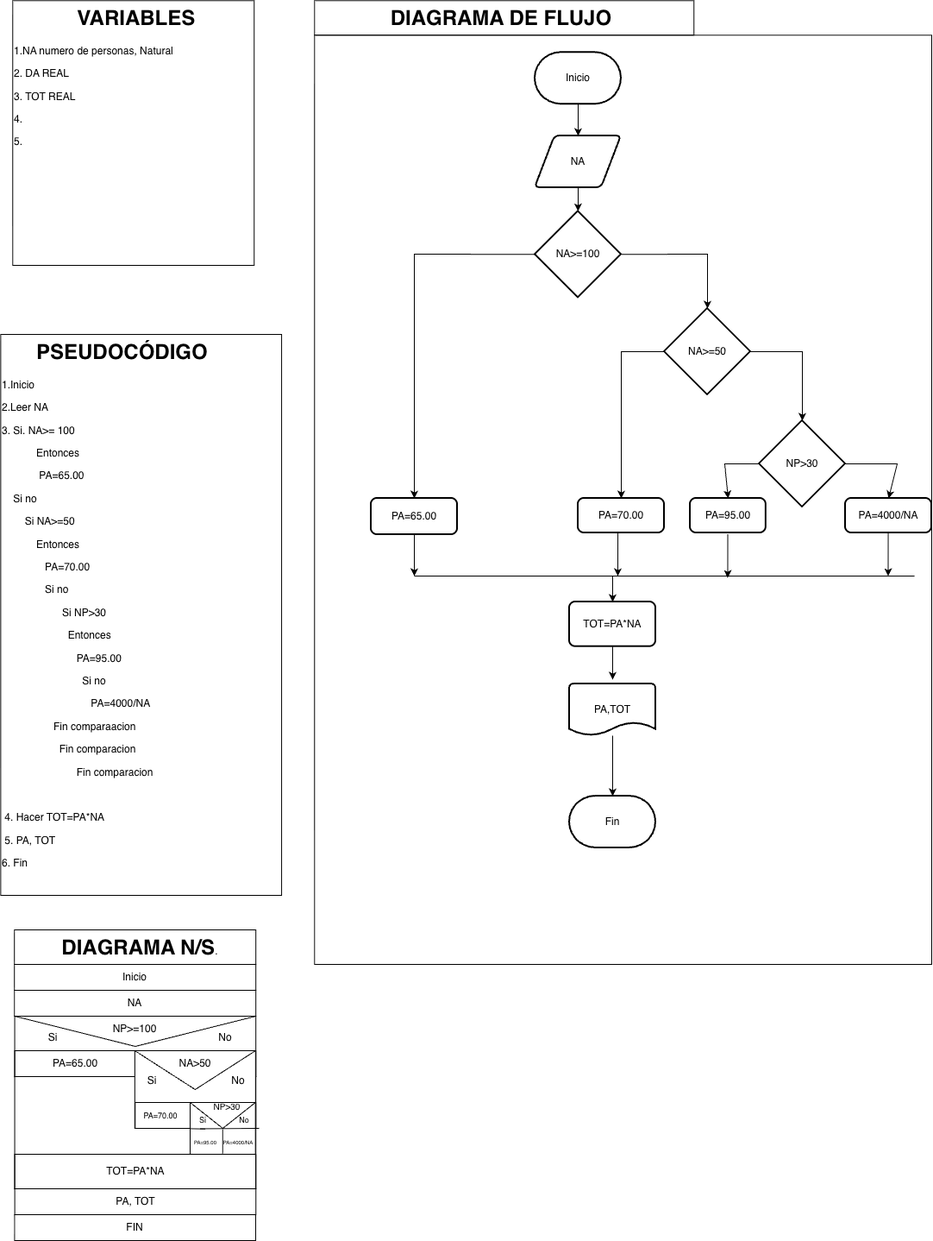
Above: Estructuras Selectivas/ejercicio_09_JoseIgnaciodrawio.png in josecontrerasu-bit/jicu (draw.io), before the change. Source tidied: cells renumbered, new cells last; positions are measured from the earlier drawing's top-left corner, leaving out a move shared by most shapes.
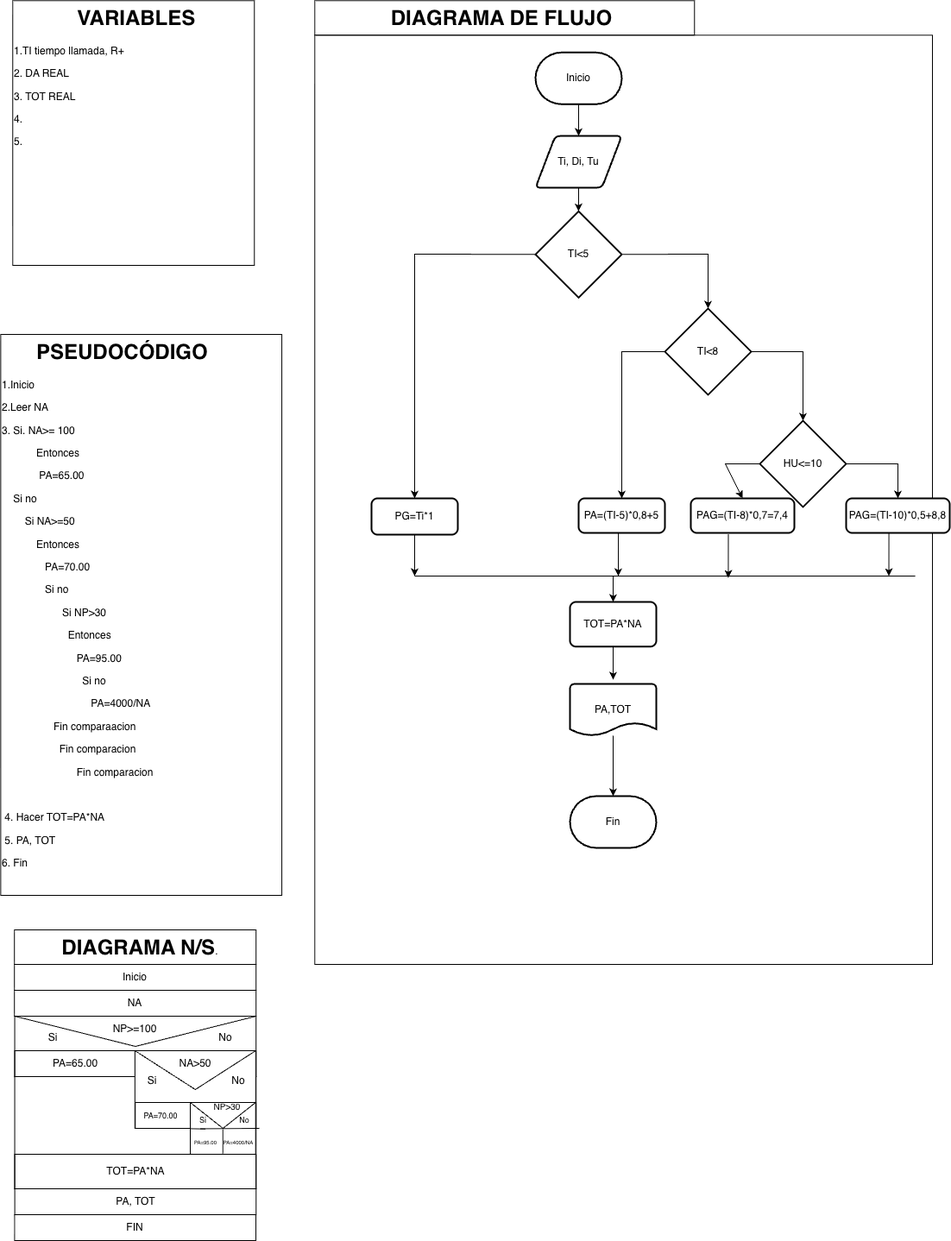
Above is the later version.

The edit, as a diff of the source:
```diff
@@ -8,7 +8,7 @@
     <mxCell id="3" value="&lt;h1 style=&quot;text-align: center; margin-top: 0px;&quot;&gt;&amp;nbsp; &amp;nbsp; &amp;nbsp; PSEUDOCÓDIGO&lt;/h1&gt;&lt;p&gt;1.Inicio&lt;/p&gt;&lt;p&gt;&lt;span style=&quot;background-color: transparent; color: light-dark(rgb(0, 0, 0), rgb(255, 255, 255));&quot;&gt;2.Leer NA&lt;/span&gt;&lt;/p&gt;&lt;p&gt;3. Si. NA&amp;gt;= 100&amp;nbsp;&lt;/p&gt;&lt;p&gt;&amp;nbsp; &amp;nbsp; &amp;nbsp; &amp;nbsp; &amp;nbsp; &amp;nbsp; E&lt;span style=&quot;background-color: transparent; color: light-dark(rgb(0, 0, 0), rgb(255, 255, 255));&quot;&gt;ntonces&lt;/span&gt;&lt;/p&gt;&lt;p&gt;&amp;nbsp; &amp;nbsp; &amp;nbsp; &amp;nbsp; &amp;nbsp; &amp;nbsp; &amp;nbsp;PA=65.00&lt;/p&gt;&lt;p&gt;&amp;nbsp; &amp;nbsp; Si no&lt;/p&gt;&lt;p&gt;&amp;nbsp; &amp;nbsp; &amp;nbsp; &amp;nbsp; Si NA&amp;gt;=50&lt;/p&gt;&lt;p&gt;&lt;span style=&quot;background-color: transparent; color: light-dark(rgb(0, 0, 0), rgb(255, 255, 255));&quot;&gt;&amp;nbsp; &amp;nbsp; &amp;nbsp; &amp;nbsp; &amp;nbsp; &amp;nbsp; Entonces&lt;/span&gt;&lt;/p&gt;&lt;p&gt;&lt;span style=&quot;background-color: transparent; color: light-dark(rgb(0, 0, 0), rgb(255, 255, 255));&quot;&gt;&amp;nbsp; &amp;nbsp; &amp;nbsp; &amp;nbsp; &amp;nbsp; &amp;nbsp; &amp;nbsp; &amp;nbsp;PA=70.00&lt;/span&gt;&lt;/p&gt;&lt;p&gt;&amp;nbsp; &amp;nbsp; &amp;nbsp; &amp;nbsp; &amp;nbsp; &amp;nbsp; &amp;nbsp; &amp;nbsp;Si no&lt;/p&gt;&lt;p&gt;&amp;nbsp; &amp;nbsp; &amp;nbsp; &amp;nbsp; &amp;nbsp; &amp;nbsp; &amp;nbsp; &amp;nbsp; &amp;nbsp; &amp;nbsp; &amp;nbsp;Si NP&amp;gt;30&lt;/p&gt;&lt;p&gt;&amp;nbsp; &amp;nbsp; &amp;nbsp; &amp;nbsp; &amp;nbsp; &amp;nbsp; &amp;nbsp; &amp;nbsp; &amp;nbsp; &amp;nbsp; &amp;nbsp; &amp;nbsp;Entonces&lt;/p&gt;&lt;p&gt;&lt;span style=&quot;background-color: transparent; color: light-dark(rgb(0, 0, 0), rgb(255, 255, 255));&quot;&gt;&amp;nbsp; &amp;nbsp; &amp;nbsp; &amp;nbsp; &amp;nbsp; &amp;nbsp; &amp;nbsp; &amp;nbsp; &amp;nbsp; &amp;nbsp; &amp;nbsp; &amp;nbsp; &amp;nbsp; PA=95.00&lt;/span&gt;&lt;/p&gt;&lt;p&gt;&lt;span style=&quot;background-color: transparent; color: light-dark(rgb(0, 0, 0), rgb(255, 255, 255));&quot;&gt;&amp;nbsp; &amp;nbsp; &amp;nbsp; &amp;nbsp; &amp;nbsp; &amp;nbsp; &amp;nbsp; &amp;nbsp; &amp;nbsp; &amp;nbsp; &amp;nbsp; &amp;nbsp; &amp;nbsp; &amp;nbsp; Si no&lt;/span&gt;&lt;/p&gt;&lt;p&gt;&lt;span style=&quot;background-color: transparent; color: light-dark(rgb(0, 0, 0), rgb(255, 255, 255));&quot;&gt;&amp;nbsp; &amp;nbsp; &amp;nbsp; &amp;nbsp; &amp;nbsp; &amp;nbsp; &amp;nbsp; &amp;nbsp; &amp;nbsp; &amp;nbsp; &amp;nbsp; &amp;nbsp; &amp;nbsp; &amp;nbsp; &amp;nbsp; &amp;nbsp;PA=4000/NA&lt;/span&gt;&lt;/p&gt;&lt;p&gt;&lt;span style=&quot;background-color: transparent; color: light-dark(rgb(0, 0, 0), rgb(255, 255, 255));&quot;&gt;&amp;nbsp; &amp;nbsp; &amp;nbsp; &amp;nbsp; &amp;nbsp; &amp;nbsp; &amp;nbsp; &amp;nbsp; &amp;nbsp; Fin comparaacion&lt;/span&gt;&lt;/p&gt;&lt;p&gt;&lt;span style=&quot;background-color: transparent; color: light-dark(rgb(0, 0, 0), rgb(255, 255, 255));&quot;&gt;&amp;nbsp; &amp;nbsp; &amp;nbsp; &amp;nbsp; &amp;nbsp; &amp;nbsp; &amp;nbsp; &amp;nbsp; &amp;nbsp; &amp;nbsp; Fin comparacion&lt;/span&gt;&lt;/p&gt;&lt;p&gt;&lt;span style=&quot;background-color: transparent; color: light-dark(rgb(0, 0, 0), rgb(255, 255, 255));&quot;&gt;&amp;nbsp; &amp;nbsp; &amp;nbsp; &amp;nbsp; &amp;nbsp; &amp;nbsp; &amp;nbsp; &amp;nbsp; &amp;nbsp; &amp;nbsp; &amp;nbsp; &amp;nbsp; &amp;nbsp; Fin comparacion&lt;/span&gt;&lt;/p&gt;&lt;p&gt;&lt;br&gt;&lt;/p&gt;&lt;p&gt;&amp;nbsp;4. Hacer TOT=PA*NA&lt;/p&gt;&lt;p&gt;&lt;span style=&quot;background-color: transparent; color: light-dark(rgb(0, 0, 0), rgb(255, 255, 255));&quot;&gt;&amp;nbsp;5. PA, TOT&lt;/span&gt;&lt;/p&gt;&lt;p&gt;&lt;span style=&quot;background-color: transparent; color: light-dark(rgb(0, 0, 0), rgb(255, 255, 255));&quot;&gt;6. Fin&lt;/span&gt;&lt;/p&gt;&lt;p&gt;&lt;br&gt;&lt;/p&gt;" style="text;html=1;whiteSpace=wrap;overflow=hidden;rounded=0;perimeterSpacing=1;strokeColor=default;" parent="1" vertex="1">
       <mxGeometry x="0.3" y="387" width="325.7" height="650" as="geometry" />
     </mxCell>
-    <mxCell id="4" value="&lt;h1 style=&quot;text-align: center; margin-top: 0px;&quot;&gt;&amp;nbsp; &amp;nbsp; &amp;nbsp; &amp;nbsp; &amp;nbsp; &amp;nbsp;VARIABLES&lt;/h1&gt;&lt;p&gt;1.NA numero de personas, Natural&lt;/p&gt;&lt;p&gt;2. DA REAL&lt;/p&gt;&lt;p&gt;3. TOT REAL&lt;/p&gt;&lt;p&gt;4.&lt;/p&gt;&lt;p&gt;5.&lt;/p&gt;&lt;p&gt;&lt;br&gt;&lt;/p&gt;" style="text;html=1;whiteSpace=wrap;overflow=hidden;rounded=0;perimeterSpacing=1;strokeColor=default;" parent="1" vertex="1">
+    <mxCell id="4" value="&lt;h1 style=&quot;text-align: center; margin-top: 0px;&quot;&gt;&amp;nbsp; &amp;nbsp; &amp;nbsp; &amp;nbsp; &amp;nbsp; &amp;nbsp;VARIABLES&lt;/h1&gt;&lt;p&gt;1.TI tiempo llamada, R+&lt;/p&gt;&lt;p&gt;2. DA REAL&lt;/p&gt;&lt;p&gt;3. TOT REAL&lt;/p&gt;&lt;p&gt;4.&lt;/p&gt;&lt;p&gt;5.&lt;/p&gt;&lt;p&gt;&lt;br&gt;&lt;/p&gt;" style="text;html=1;whiteSpace=wrap;overflow=hidden;rounded=0;perimeterSpacing=1;strokeColor=default;" parent="1" vertex="1">
       <mxGeometry x="14.3" y="0.3" width="280" height="306.7" as="geometry" />
     </mxCell>
     <mxCell id="5" value="&lt;h1 style=&quot;text-align: center; margin-top: 0px;&quot;&gt;&amp;nbsp; &amp;nbsp; &amp;nbsp; &amp;nbsp; DIAGRAMA N/S&lt;span style=&quot;background-color: transparent; color: light-dark(rgb(0, 0, 0), rgb(255, 255, 255)); font-size: 12px; font-weight: normal; text-align: left;&quot;&gt;.&lt;/span&gt;&lt;/h1&gt;&lt;p&gt;&lt;br&gt;&lt;/p&gt;" style="text;html=1;whiteSpace=wrap;overflow=hidden;rounded=0;perimeterSpacing=1;strokeColor=default;" parent="1" vertex="1">
@@ -50,19 +50,19 @@
     <mxCell id="17" style="edgeStyle=orthogonalEdgeStyle;rounded=0;jettySize=auto;html=1;" parent="1" edge="1" source="18" target="19">
       <mxGeometry relative="1" as="geometry" />
     </mxCell>
-    <mxCell id="18" value="NA" style="shape=parallelogram;html=1;strokeWidth=2;perimeter=parallelogramPerimeter;whiteSpace=wrap;rounded=1;arcSize=12;size=0.23;" parent="1" vertex="1">
+    <mxCell id="18" value="Ti, Di, Tu" style="shape=parallelogram;html=1;strokeWidth=2;perimeter=parallelogramPerimeter;whiteSpace=wrap;rounded=1;arcSize=12;size=0.23;" parent="1" vertex="1">
       <mxGeometry x="620" y="157" width="100" height="60" as="geometry" />
     </mxCell>
-    <mxCell id="19" value="NA&amp;gt;=100" style="strokeWidth=2;html=1;shape=mxgraph.flowchart.decision;whiteSpace=wrap;" parent="1" vertex="1">
+    <mxCell id="19" value="TI&amp;lt;5" style="strokeWidth=2;html=1;shape=mxgraph.flowchart.decision;whiteSpace=wrap;" parent="1" vertex="1">
       <mxGeometry x="620" y="244.3" width="100" height="100" as="geometry" />
     </mxCell>
-    <mxCell id="20" value="PA=65.00" style="rounded=1;whiteSpace=wrap;html=1;absoluteArcSize=1;arcSize=14;strokeWidth=2;" parent="1" vertex="1">
+    <mxCell id="20" value="PG=Ti*1" style="rounded=1;whiteSpace=wrap;html=1;absoluteArcSize=1;arcSize=14;strokeWidth=2;" parent="1" vertex="1">
       <mxGeometry x="430" y="577" width="100" height="42" as="geometry" />
     </mxCell>
-    <mxCell id="21" value="NA&amp;gt;=50" style="strokeWidth=2;html=1;shape=mxgraph.flowchart.decision;whiteSpace=wrap;" parent="1" vertex="1">
+    <mxCell id="21" value="TI&amp;lt;8" style="strokeWidth=2;html=1;shape=mxgraph.flowchart.decision;whiteSpace=wrap;" parent="1" vertex="1">
       <mxGeometry x="770" y="357" width="100" height="100" as="geometry" />
     </mxCell>
-    <mxCell id="22" value="PA=70.00" style="rounded=1;whiteSpace=wrap;html=1;absoluteArcSize=1;arcSize=14;strokeWidth=2;" parent="1" vertex="1">
+    <mxCell id="22" value="PA=(TI-5)*0,8+5" style="rounded=1;whiteSpace=wrap;html=1;absoluteArcSize=1;arcSize=14;strokeWidth=2;" parent="1" vertex="1">
       <mxGeometry x="670" y="577" width="100" height="40" as="geometry" />
     </mxCell>
     <mxCell id="23" style="edgeStyle=orthogonalEdgeStyle;rounded=0;jettySize=auto;html=1;" parent="1" edge="1" source="24" target="25">
@@ -156,14 +156,14 @@
     <mxCell id="42" value="PA, TOT" style="rounded=0;whiteSpace=wrap;html=1;fillColor=none;" parent="1" vertex="1">
       <mxGeometry x="16.6" y="1377" width="279.6" height="30" as="geometry" />
     </mxCell>
-    <mxCell id="43" value="NP&amp;gt;30" style="strokeWidth=2;html=1;shape=mxgraph.flowchart.decision;whiteSpace=wrap;" parent="1" vertex="1">
+    <mxCell id="43" value="HU&amp;lt;=10" style="strokeWidth=2;html=1;shape=mxgraph.flowchart.decision;whiteSpace=wrap;" parent="1" vertex="1">
       <mxGeometry x="880" y="487" width="100" height="100" as="geometry" />
     </mxCell>
-    <mxCell id="44" value="PA=95.00" style="rounded=1;whiteSpace=wrap;html=1;absoluteArcSize=1;arcSize=14;strokeWidth=2;" parent="1" vertex="1">
-      <mxGeometry x="800" y="577" width="87.9" height="40" as="geometry" />
+    <mxCell id="44" value="PAG=(TI-8)*0,7=7,4" style="rounded=1;whiteSpace=wrap;html=1;absoluteArcSize=1;arcSize=14;strokeWidth=2;" parent="1" vertex="1">
+      <mxGeometry x="800" y="577" width="120" height="40" as="geometry" />
     </mxCell>
-    <mxCell id="45" value="PA=4000/NA" style="rounded=1;whiteSpace=wrap;html=1;absoluteArcSize=1;arcSize=14;strokeWidth=2;" parent="1" vertex="1">
-      <mxGeometry x="980" y="577" width="100" height="40" as="geometry" />
+    <mxCell id="45" value="PAG=(TI-10)*0,5+8,8" style="rounded=1;whiteSpace=wrap;html=1;absoluteArcSize=1;arcSize=14;strokeWidth=2;" parent="1" vertex="1">
+      <mxGeometry x="980" y="577" width="120" height="40" as="geometry" />
     </mxCell>
     <mxCell id="46" value="TOT=PA*NA" style="rounded=1;whiteSpace=wrap;html=1;absoluteArcSize=1;arcSize=14;strokeWidth=2;" parent="1" vertex="1">
       <mxGeometry x="660" y="697" width="100" height="51.7" as="geometry" />
```
